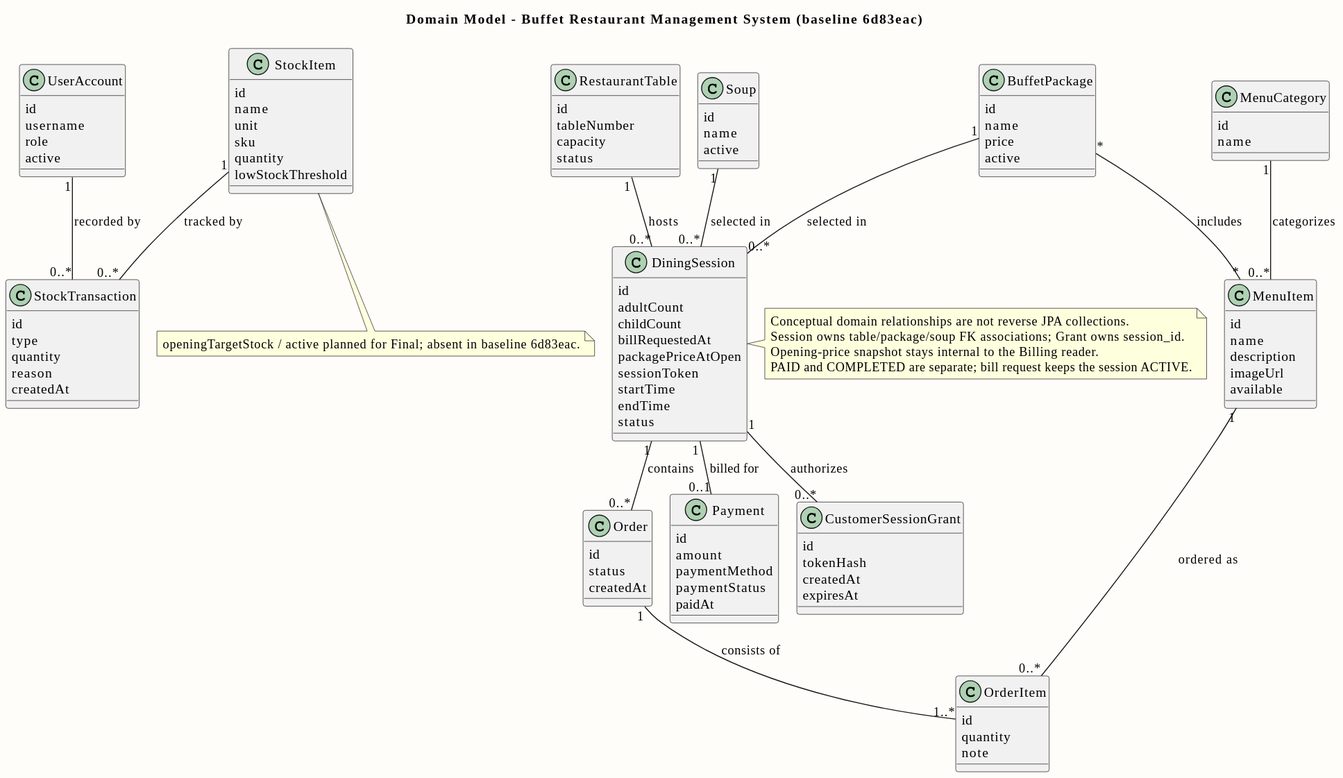
Above: doc/diagrams/previews/domain-model.svg in PavaritPramual/buffet-restaurant-management-system (PlantUML), before the change.
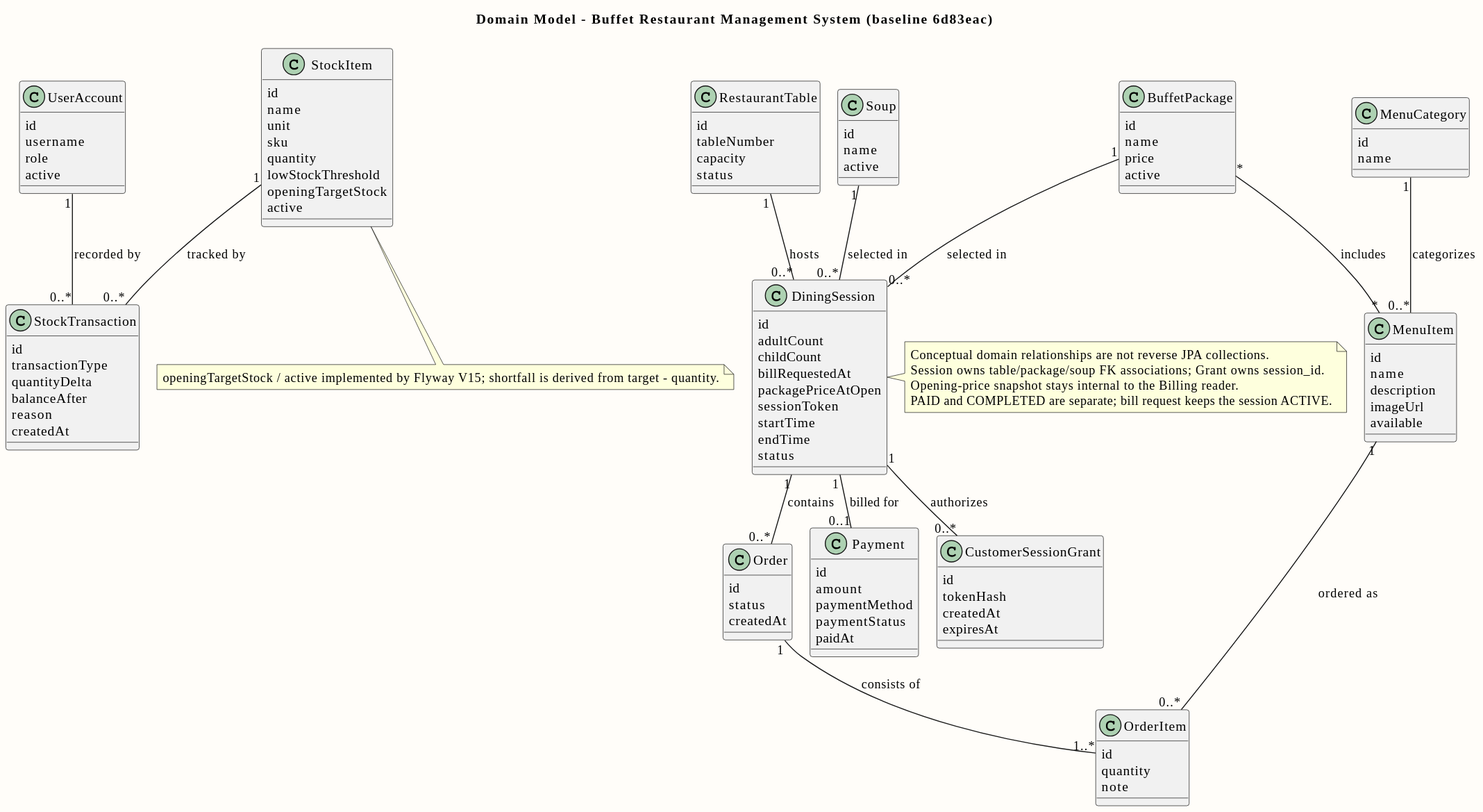
After the change.

What changed in the source:
```diff
@@ -103,12 +103,15 @@
     sku
     quantity
     lowStockThreshold
+    openingTargetStock
+    active
 }
 
 class StockTransaction {
     id
-    type
-    quantity
+    transactionType
+    quantityDelta
+    balanceAfter
     reason
     createdAt
 }
@@ -131,6 +134,6 @@
 UserAccount "1" -- "0..*" StockTransaction : recorded by >
 
 note bottom of StockItem
- openingTargetStock / active planned for Final; absent in baseline 6d83eac.
+ openingTargetStock / active implemented by Flyway V15; shortfall is derived from target - quantity.
 end note
 @enduml
```
